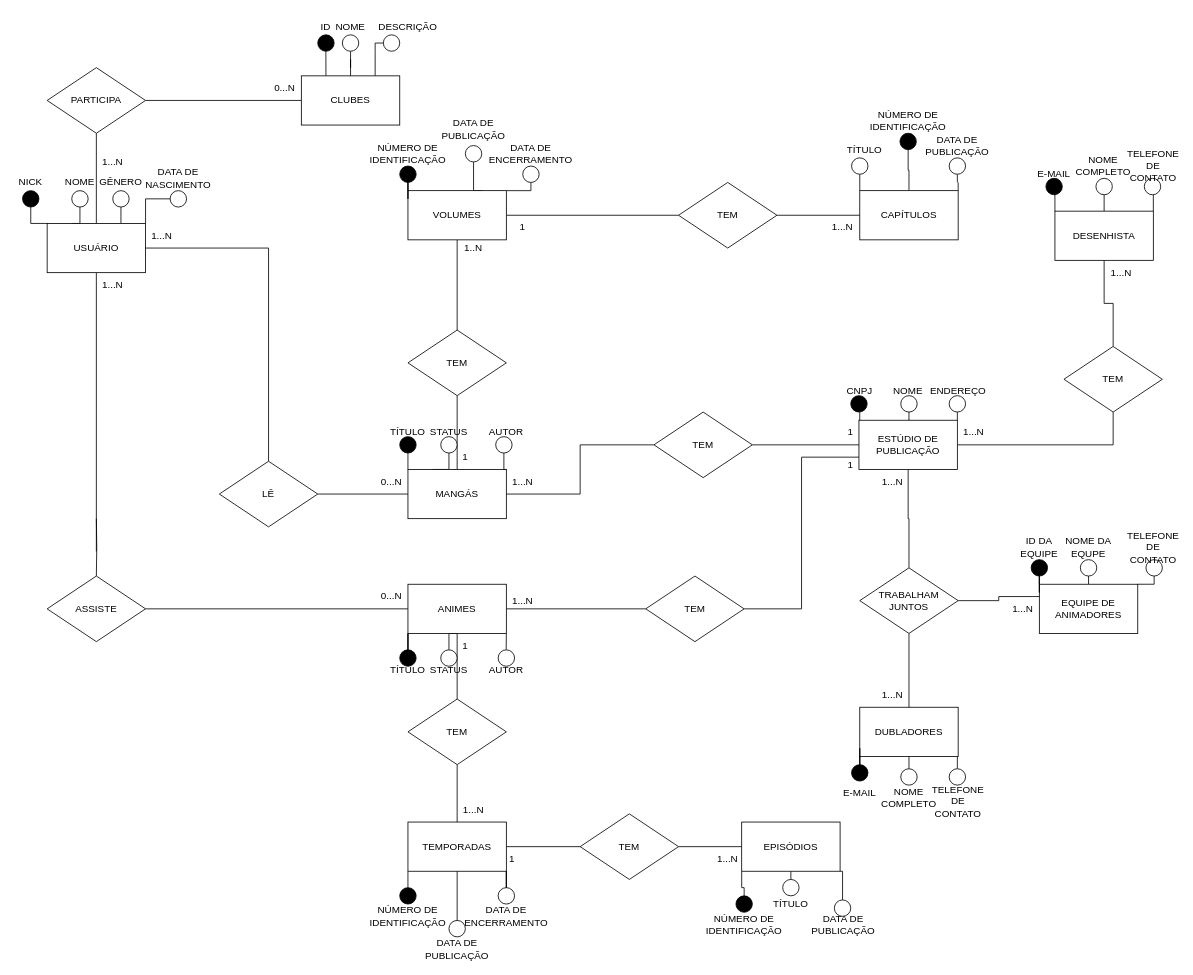
IsaacDMzk/Projeto-Banco-De-Dados keeps this draw.io diagram as ModeloEntidade-Relacionamento.drawio. Above is the earlier version. Source tidied: cells renumbered, new cells numbered last; positions are measured from the earlier drawing's top-left corner, leaving out a move shared by most shapes. Both pictures are drawn from the tidied source at 82%, with x=0, y=0 at pixel (14, 14).
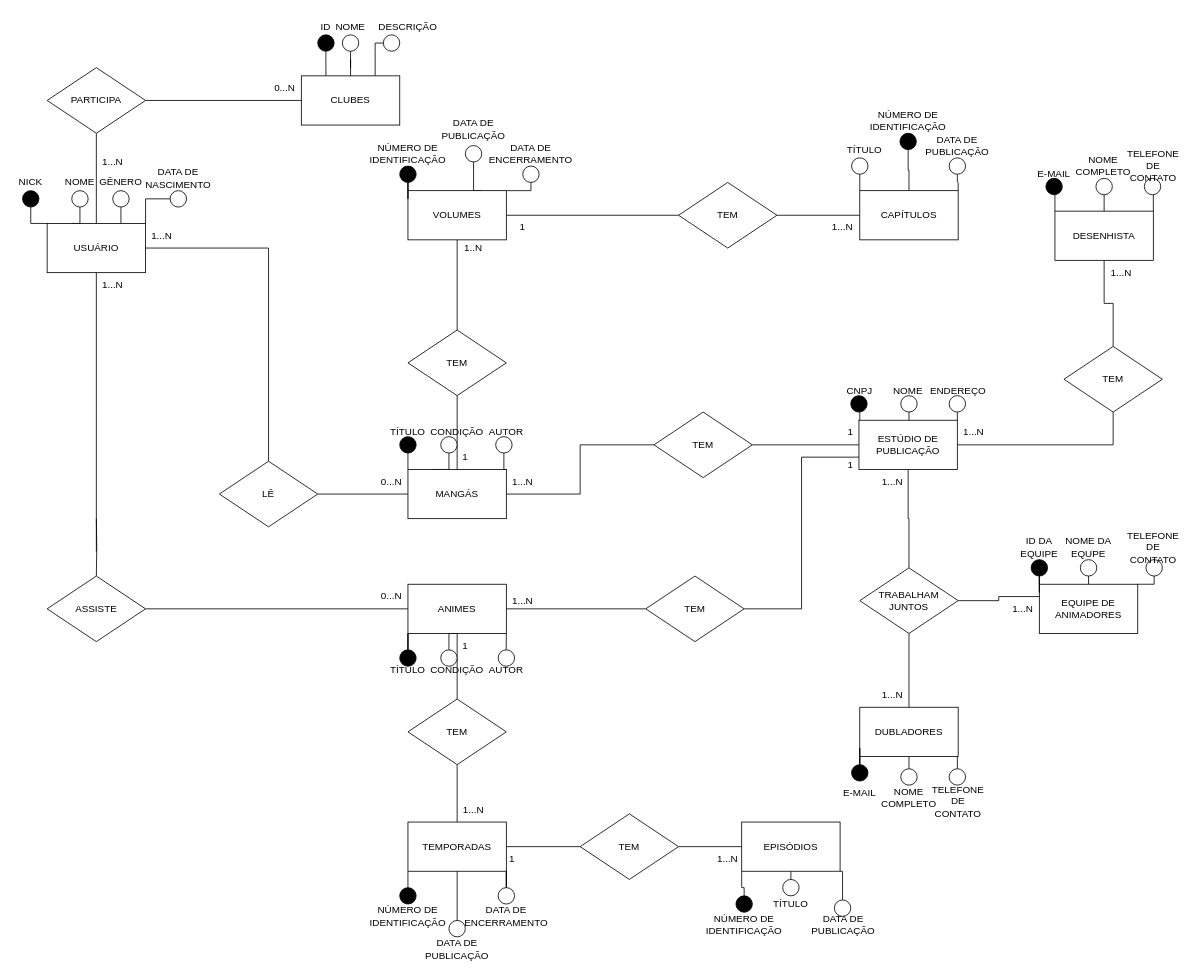
Above is the later version.

Diff of the diagram source:
```diff
@@
-    <mxCell id="99" value="STATUS" style="text;html=1;strokeColor=none;fillColor=none;align=center;verticalAlign=middle;whiteSpace=wrap;rounded=0;" parent="1" vertex="1">
-      <mxGeometry x="500" y="495" width="60" height="30" as="geometry" />
+    <mxCell id="99" value="CONDIÇÃO" style="text;html=1;strokeColor=none;fillColor=none;align=center;verticalAlign=middle;whiteSpace=wrap;rounded=0;" parent="1" vertex="1">
+      <mxGeometry x="510" y="495" width="60" height="30" as="geometry" />
     </mxCell>
@@
-    <mxCell id="119" value="STATUS" style="text;html=1;strokeColor=none;fillColor=none;align=center;verticalAlign=middle;whiteSpace=wrap;rounded=0;" parent="1" vertex="1">
-      <mxGeometry x="500" y="785" width="60" height="30" as="geometry" />
+    <mxCell id="119" value="CONDIÇÃO" style="text;html=1;strokeColor=none;fillColor=none;align=center;verticalAlign=middle;whiteSpace=wrap;rounded=0;" parent="1" vertex="1">
+      <mxGeometry x="510" y="785" width="60" height="30" as="geometry" />
     </mxCell>
```
